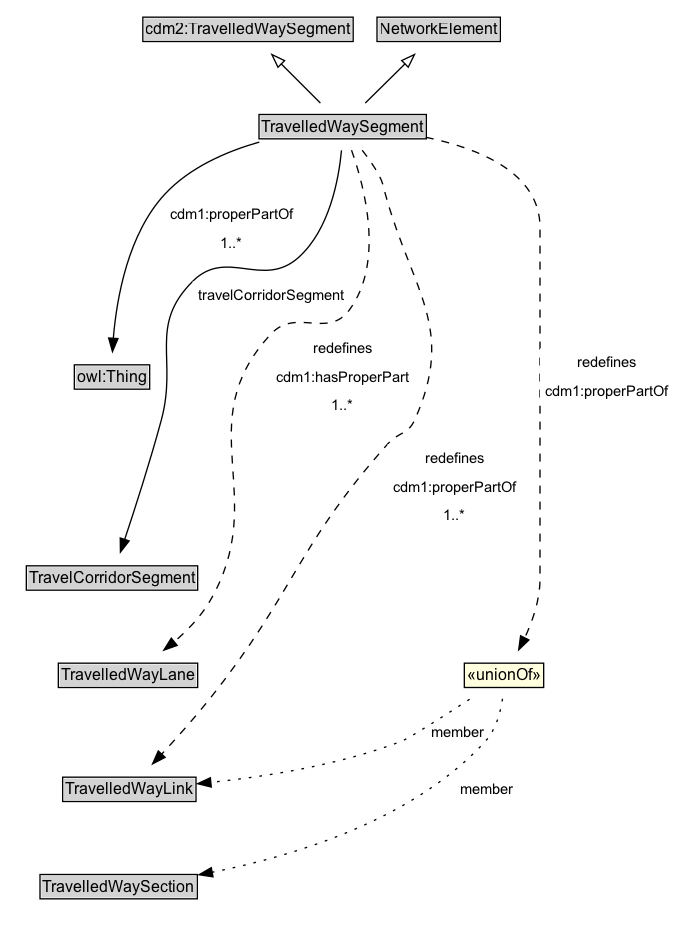
Above: docs/diagrams/TravelledWaySegment.dot.png in ISO-TC204/ontology-cdm-p3-v1 (Graphviz), before the change. Its source is kept beside it as docs/diagrams/TravelledWaySegment.dot. Source of this version:
```dot
digraph {
	graph [overlap=false rankdir=TB splines=true]
	node [fontname=Arial fontsize=12 margin=0 shape=none]
	edge [fontname=Arial fontsize=11]
	{
		rank=source
		cdm2_TravelledWaySegment [label=<<TABLE BORDER="1" CELLBORDER="0" CELLSPACING="0" CELLPADDING="1"><TR><TD BGCOLOR="lightgray" ALIGN="CENTER">cdm2:TravelledWaySegment</TD></TR></TABLE>> URL="https://w3id.org/citydata/part2/v1/TravelledWaySegment" margin=0]
		NetworkElement [label=<<TABLE BORDER="1" CELLBORDER="0" CELLSPACING="0" CELLPADDING="1"><TR><TD BGCOLOR="lightgray" ALIGN="CENTER">NetworkElement</TD></TR></TABLE>> URL="../NetworkElement" margin=0]
	}
	TravelledWaySegment [label=<<TABLE BORDER="1" CELLBORDER="0" CELLSPACING="0" CELLPADDING="1"><TR><TD BGCOLOR="lightgray" ALIGN="CENTER">TravelledWaySegment</TD></TR></TABLE>> URL="../TravelledWaySegment" margin=0]
	{
		rank=max
	}
	subgraph cluster_associated {
		label="" style=invis
		Invis [label=<<TABLE BORDER="0" CELLBORDER="0" CELLSPACING="0" CELLPADDING="1"><TR><TD></TD></TR></TABLE>> margin=0 style=invis]
		owl_Thing [label=<<TABLE BORDER="1" CELLBORDER="0" CELLSPACING="0" CELLPADDING="1"><TR><TD BGCOLOR="lightgray" ALIGN="CENTER">owl:Thing</TD></TR></TABLE>> URL="https://w3id.org/citydata/imported/owl/latest/Thing" margin=0]
		TravelCorridorSegment [label=<<TABLE BORDER="1" CELLBORDER="0" CELLSPACING="0" CELLPADDING="1"><TR><TD BGCOLOR="lightgray" ALIGN="CENTER">TravelCorridorSegment</TD></TR></TABLE>> URL="../TravelCorridorSegment" margin=0]
		TravelledWayLane [label=<<TABLE BORDER="1" CELLBORDER="0" CELLSPACING="0" CELLPADDING="1"><TR><TD BGCOLOR="lightgray" ALIGN="CENTER">TravelledWayLane</TD></TR></TABLE>> URL="../TravelledWayLane" margin=0]
		TravelledWayLink [label=<<TABLE BORDER="1" CELLBORDER="0" CELLSPACING="0" CELLPADDING="1"><TR><TD BGCOLOR="lightgray" ALIGN="CENTER">TravelledWayLink</TD></TR></TABLE>> URL="../TravelledWayLink" margin=0]
		TravelledWaySection [label=<<TABLE BORDER="1" CELLBORDER="0" CELLSPACING="0" CELLPADDING="1"><TR><TD BGCOLOR="lightgray" ALIGN="CENTER">TravelledWaySection</TD></TR></TABLE>> URL="../TravelledWaySection" margin=0]
	}
	TravelledWaySegment -> cdm2_TravelledWaySegment [arrowhead=onormal style=solid]
	TravelledWaySegment -> NetworkElement [arrowhead=onormal style=solid]
	TravelledWaySegment -> Invis [style=invis]
	Invis -> owl_Thing [style=invis]
	owl_Thing -> TravelCorridorSegment [style=invis]
	TravelCorridorSegment -> TravelledWayLane [style=invis]
	TravelledWayLane -> TravelledWayLink [style=invis]
	TravelledWayLink -> TravelledWaySection [style=invis]
	TravelCorridorSegment [label=<<TABLE BORDER="1" CELLBORDER="0" CELLSPACING="0" CELLPADDING="1"><TR><TD BGCOLOR="lightgray" ALIGN="CENTER">TravelCorridorSegment</TD></TR></TABLE>> URL="../TravelCorridorSegment" margin=0]
	TravelledWaySegment -> TravelCorridorSegment [label=<<TABLE BORDER="0" CELLBORDER="0" CELLSPACING="0" CELLPADDING="4" BGCOLOR="white"><TR><TD ALIGN="CENTER">travelCorridorSegment</TD></TR></TABLE>> arrowhead=normal style=solid]
	TravelledWayLane [label=<<TABLE BORDER="1" CELLBORDER="0" CELLSPACING="0" CELLPADDING="1"><TR><TD BGCOLOR="lightgray" ALIGN="CENTER">TravelledWayLane</TD></TR></TABLE>> URL="../TravelledWayLane" margin=0]
	TravelledWaySegment -> TravelledWayLane [label=<<TABLE BORDER="0" CELLBORDER="0" CELLSPACING="0" CELLPADDING="4" BGCOLOR="white"><TR><TD ALIGN="CENTER">redefines</TD></TR><TR><TD ALIGN="CENTER">cdm1:hasProperPart</TD></TR><TR><TD ALIGN="CENTER">1..*</TD></TR></TABLE>> arrowhead=normal style=dashed]
	TravelledWayLink [label=<<TABLE BORDER="1" CELLBORDER="0" CELLSPACING="0" CELLPADDING="1"><TR><TD BGCOLOR="lightgray" ALIGN="CENTER">TravelledWayLink</TD></TR></TABLE>> URL="../TravelledWayLink" margin=0]
	TravelledWaySegment -> TravelledWayLink [label=<<TABLE BORDER="0" CELLBORDER="0" CELLSPACING="0" CELLPADDING="4" BGCOLOR="white"><TR><TD ALIGN="CENTER">redefines</TD></TR><TR><TD ALIGN="CENTER">cdm1:properPartOf</TD></TR><TR><TD ALIGN="CENTER">1..*</TD></TR></TABLE>> arrowhead=normal style=dashed]
	na67ff0c3f5e2479bb14d81c2edd99102b53 [label=<<TABLE BORDER="1" CELLBORDER="0" CELLSPACING="0" CELLPADDING="1" BGCOLOR="lightyellow"><TR><TD ALIGN="CENTER">«unionOf»</TD></TR></TABLE>> margin=0]
	na67ff0c3f5e2479bb14d81c2edd99102b53 -> TravelledWayLink [label=member arrowhead=normal style=dotted]
	TravelledWaySection [label=<<TABLE BORDER="1" CELLBORDER="0" CELLSPACING="0" CELLPADDING="1"><TR><TD BGCOLOR="lightgray" ALIGN="CENTER">TravelledWaySection</TD></TR></TABLE>> URL="../TravelledWaySection" margin=0]
	na67ff0c3f5e2479bb14d81c2edd99102b53 -> TravelledWaySection [label=member arrowhead=normal style=dotted]
	TravelledWaySegment -> na67ff0c3f5e2479bb14d81c2edd99102b53 [label=<<TABLE BORDER="0" CELLBORDER="0" CELLSPACING="0" CELLPADDING="4" BGCOLOR="white"><TR><TD ALIGN="CENTER">redefines</TD></TR><TR><TD ALIGN="CENTER">cdm1:properPartOf</TD></TR></TABLE>> arrowhead=normal style=dashed]
	owl_Thing [label=<<TABLE BORDER="1" CELLBORDER="0" CELLSPACING="0" CELLPADDING="1"><TR><TD BGCOLOR="lightgray" ALIGN="CENTER">owl:Thing</TD></TR></TABLE>> URL="https://w3id.org/citydata/imported/owl/latest/Thing" margin=0]
	TravelledWaySegment -> owl_Thing [label=<<TABLE BORDER="0" CELLBORDER="0" CELLSPACING="0" CELLPADDING="4" BGCOLOR="white"><TR><TD ALIGN="CENTER">cdm1:properPartOf</TD></TR><TR><TD ALIGN="CENTER">1..*</TD></TR></TABLE>> arrowhead=normal style=solid]
}
```
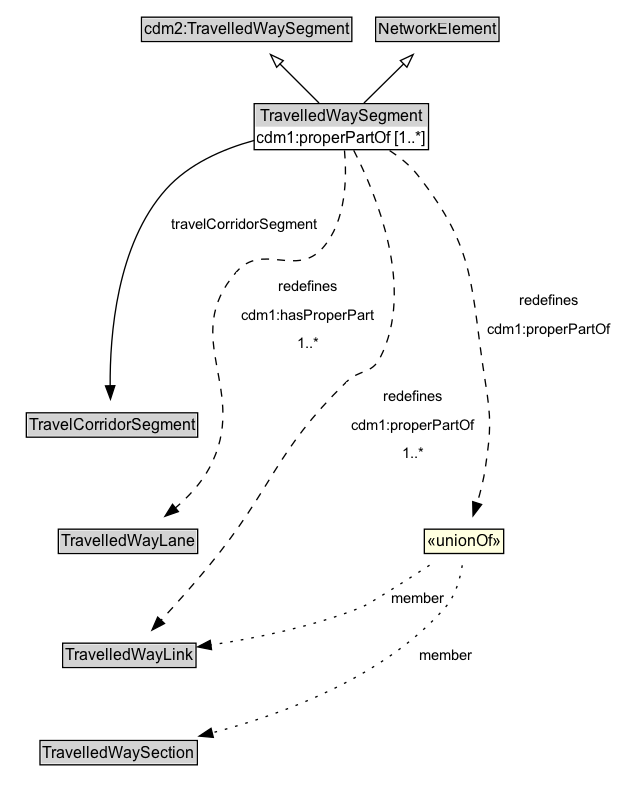
Above is the later version.

Diff of the diagram source:
```diff
@@ -7,14 +7,13 @@
 		cdm2_TravelledWaySegment [label=<<TABLE BORDER="1" CELLBORDER="0" CELLSPACING="0" CELLPADDING="1"><TR><TD BGCOLOR="lightgray" ALIGN="CENTER">cdm2:TravelledWaySegment</TD></TR></TABLE>> URL="https://w3id.org/citydata/part2/v1/TravelledWaySegment" margin=0]
 		NetworkElement [label=<<TABLE BORDER="1" CELLBORDER="0" CELLSPACING="0" CELLPADDING="1"><TR><TD BGCOLOR="lightgray" ALIGN="CENTER">NetworkElement</TD></TR></TABLE>> URL="../NetworkElement" margin=0]
 	}
-	TravelledWaySegment [label=<<TABLE BORDER="1" CELLBORDER="0" CELLSPACING="0" CELLPADDING="1"><TR><TD BGCOLOR="lightgray" ALIGN="CENTER">TravelledWaySegment</TD></TR></TABLE>> URL="../TravelledWaySegment" margin=0]
+	TravelledWaySegment [label=<<TABLE BORDER="1" CELLBORDER="0" CELLSPACING="0" CELLPADDING="1"><TR><TD BGCOLOR="lightgray" ALIGN="CENTER">TravelledWaySegment</TD></TR><TR><TD ALIGN="LEFT">cdm1:properPartOf [1..*]</TD></TR></TABLE>> URL="../TravelledWaySegment" margin=0]
 	{
 		rank=max
 	}
 	subgraph cluster_associated {
 		label="" style=invis
 		Invis [label=<<TABLE BORDER="0" CELLBORDER="0" CELLSPACING="0" CELLPADDING="1"><TR><TD></TD></TR></TABLE>> margin=0 style=invis]
-		owl_Thing [label=<<TABLE BORDER="1" CELLBORDER="0" CELLSPACING="0" CELLPADDING="1"><TR><TD BGCOLOR="lightgray" ALIGN="CENTER">owl:Thing</TD></TR></TABLE>> URL="https://w3id.org/citydata/imported/owl/latest/Thing" margin=0]
 		TravelCorridorSegment [label=<<TABLE BORDER="1" CELLBORDER="0" CELLSPACING="0" CELLPADDING="1"><TR><TD BGCOLOR="lightgray" ALIGN="CENTER">TravelCorridorSegment</TD></TR></TABLE>> URL="../TravelCorridorSegment" margin=0]
 		TravelledWayLane [label=<<TABLE BORDER="1" CELLBORDER="0" CELLSPACING="0" CELLPADDING="1"><TR><TD BGCOLOR="lightgray" ALIGN="CENTER">TravelledWayLane</TD></TR></TABLE>> URL="../TravelledWayLane" margin=0]
 		TravelledWayLink [label=<<TABLE BORDER="1" CELLBORDER="0" CELLSPACING="0" CELLPADDING="1"><TR><TD BGCOLOR="lightgray" ALIGN="CENTER">TravelledWayLink</TD></TR></TABLE>> URL="../TravelledWayLink" margin=0]
@@ -23,22 +22,19 @@
 	TravelledWaySegment -> cdm2_TravelledWaySegment [arrowhead=onormal style=solid]
 	TravelledWaySegment -> NetworkElement [arrowhead=onormal style=solid]
 	TravelledWaySegment -> Invis [style=invis]
-	Invis -> owl_Thing [style=invis]
-	owl_Thing -> TravelCorridorSegment [style=invis]
+	Invis -> TravelCorridorSegment [style=invis]
 	TravelCorridorSegment -> TravelledWayLane [style=invis]
 	TravelledWayLane -> TravelledWayLink [style=invis]
 	TravelledWayLink -> TravelledWaySection [style=invis]
+	TravelledWayLane [label=<<TABLE BORDER="1" CELLBORDER="0" CELLSPACING="0" CELLPADDING="1"><TR><TD BGCOLOR="lightgray" ALIGN="CENTER">TravelledWayLane</TD></TR></TABLE>> URL="../TravelledWayLane" margin=0]
+	TravelledWaySegment -> TravelledWayLane [label=<<TABLE BORDER="0" CELLBORDER="0" CELLSPACING="0" CELLPADDING="4" BGCOLOR="white"><TR><TD ALIGN="CENTER">redefines</TD></TR><TR><TD ALIGN="CENTER">cdm1:hasProperPart</TD></TR><TR><TD ALIGN="CENTER">1..*</TD></TR></TABLE>> arrowhead=normal style=dashed]
+	n1c091741e9be41418e759d48b25318c1b50 [label=<<TABLE BORDER="1" CELLBORDER="0" CELLSPACING="0" CELLPADDING="1" BGCOLOR="lightyellow"><TR><TD ALIGN="CENTER">«unionOf»</TD></TR></TABLE>> margin=0]
+	TravelledWayLink [label=<<TABLE BORDER="1" CELLBORDER="0" CELLSPACING="0" CELLPADDING="1"><TR><TD BGCOLOR="lightgray" ALIGN="CENTER">TravelledWayLink</TD></TR></TABLE>> URL="../TravelledWayLink" margin=0]
+	n1c091741e9be41418e759d48b25318c1b50 -> TravelledWayLink [label=member arrowhead=normal style=dotted]
+	TravelledWaySection [label=<<TABLE BORDER="1" CELLBORDER="0" CELLSPACING="0" CELLPADDING="1"><TR><TD BGCOLOR="lightgray" ALIGN="CENTER">TravelledWaySection</TD></TR></TABLE>> URL="../TravelledWaySection" margin=0]
+	n1c091741e9be41418e759d48b25318c1b50 -> TravelledWaySection [label=member arrowhead=normal style=dotted]
+	TravelledWaySegment -> n1c091741e9be41418e759d48b25318c1b50 [label=<<TABLE BORDER="0" CELLBORDER="0" CELLSPACING="0" CELLPADDING="4" BGCOLOR="white"><TR><TD ALIGN="CENTER">redefines</TD></TR><TR><TD ALIGN="CENTER">cdm1:properPartOf</TD></TR></TABLE>> arrowhead=normal style=dashed]
 	TravelCorridorSegment [label=<<TABLE BORDER="1" CELLBORDER="0" CELLSPACING="0" CELLPADDING="1"><TR><TD BGCOLOR="lightgray" ALIGN="CENTER">TravelCorridorSegment</TD></TR></TABLE>> URL="../TravelCorridorSegment" margin=0]
 	TravelledWaySegment -> TravelCorridorSegment [label=<<TABLE BORDER="0" CELLBORDER="0" CELLSPACING="0" CELLPADDING="4" BGCOLOR="white"><TR><TD ALIGN="CENTER">travelCorridorSegment</TD></TR></TABLE>> arrowhead=normal style=solid]
-	TravelledWayLane [label=<<TABLE BORDER="1" CELLBORDER="0" CELLSPACING="0" CELLPADDING="1"><TR><TD BGCOLOR="lightgray" ALIGN="CENTER">TravelledWayLane</TD></TR></TABLE>> URL="../TravelledWayLane" margin=0]
-	TravelledWaySegment -> TravelledWayLane [label=<<TABLE BORDER="0" CELLBORDER="0" CELLSPACING="0" CELLPADDING="4" BGCOLOR="white"><TR><TD ALIGN="CENTER">redefines</TD></TR><TR><TD ALIGN="CENTER">cdm1:hasProperPart</TD></TR><TR><TD ALIGN="CENTER">1..*</TD></TR></TABLE>> arrowhead=normal style=dashed]
-	TravelledWayLink [label=<<TABLE BORDER="1" CELLBORDER="0" CELLSPACING="0" CELLPADDING="1"><TR><TD BGCOLOR="lightgray" ALIGN="CENTER">TravelledWayLink</TD></TR></TABLE>> URL="../TravelledWayLink" margin=0]
 	TravelledWaySegment -> TravelledWayLink [label=<<TABLE BORDER="0" CELLBORDER="0" CELLSPACING="0" CELLPADDING="4" BGCOLOR="white"><TR><TD ALIGN="CENTER">redefines</TD></TR><TR><TD ALIGN="CENTER">cdm1:properPartOf</TD></TR><TR><TD ALIGN="CENTER">1..*</TD></TR></TABLE>> arrowhead=normal style=dashed]
-	na67ff0c3f5e2479bb14d81c2edd99102b53 [label=<<TABLE BORDER="1" CELLBORDER="0" CELLSPACING="0" CELLPADDING="1" BGCOLOR="lightyellow"><TR><TD ALIGN="CENTER">«unionOf»</TD></TR></TABLE>> margin=0]
-	na67ff0c3f5e2479bb14d81c2edd99102b53 -> TravelledWayLink [label=member arrowhead=normal style=dotted]
-	TravelledWaySection [label=<<TABLE BORDER="1" CELLBORDER="0" CELLSPACING="0" CELLPADDING="1"><TR><TD BGCOLOR="lightgray" ALIGN="CENTER">TravelledWaySection</TD></TR></TABLE>> URL="../TravelledWaySection" margin=0]
-	na67ff0c3f5e2479bb14d81c2edd99102b53 -> TravelledWaySection [label=member arrowhead=normal style=dotted]
-	TravelledWaySegment -> na67ff0c3f5e2479bb14d81c2edd99102b53 [label=<<TABLE BORDER="0" CELLBORDER="0" CELLSPACING="0" CELLPADDING="4" BGCOLOR="white"><TR><TD ALIGN="CENTER">redefines</TD></TR><TR><TD ALIGN="CENTER">cdm1:properPartOf</TD></TR></TABLE>> arrowhead=normal style=dashed]
-	owl_Thing [label=<<TABLE BORDER="1" CELLBORDER="0" CELLSPACING="0" CELLPADDING="1"><TR><TD BGCOLOR="lightgray" ALIGN="CENTER">owl:Thing</TD></TR></TABLE>> URL="https://w3id.org/citydata/imported/owl/latest/Thing" margin=0]
-	TravelledWaySegment -> owl_Thing [label=<<TABLE BORDER="0" CELLBORDER="0" CELLSPACING="0" CELLPADDING="4" BGCOLOR="white"><TR><TD ALIGN="CENTER">cdm1:properPartOf</TD></TR><TR><TD ALIGN="CENTER">1..*</TD></TR></TABLE>> arrowhead=normal style=solid]
 }
```
